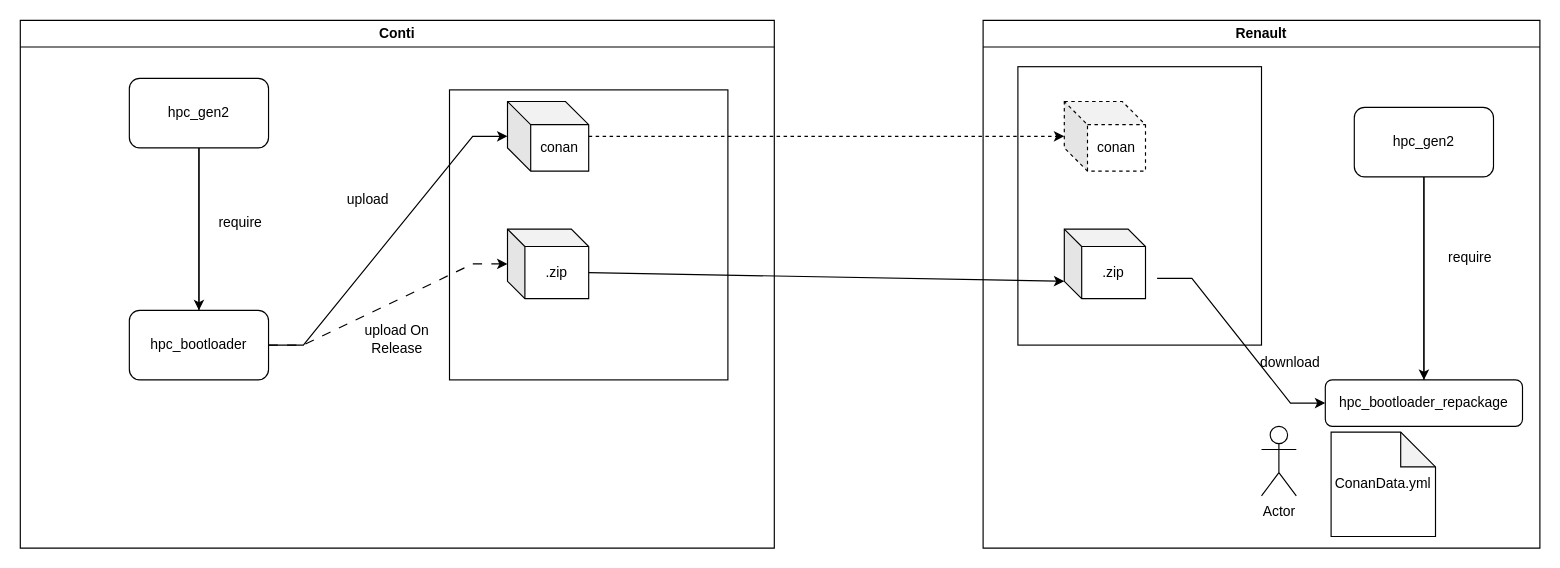
Above: Diagramme sans nom.drawio in salmen/conti (draw.io), before the change. Source tidied: cells renumbered, new cells numbered last; positions are measured from the earlier drawing's top-left corner, leaving out a move shared by most shapes. Both pictures are drawn from the tidied source at 116%, with x=0, y=0 at pixel (20, 20).
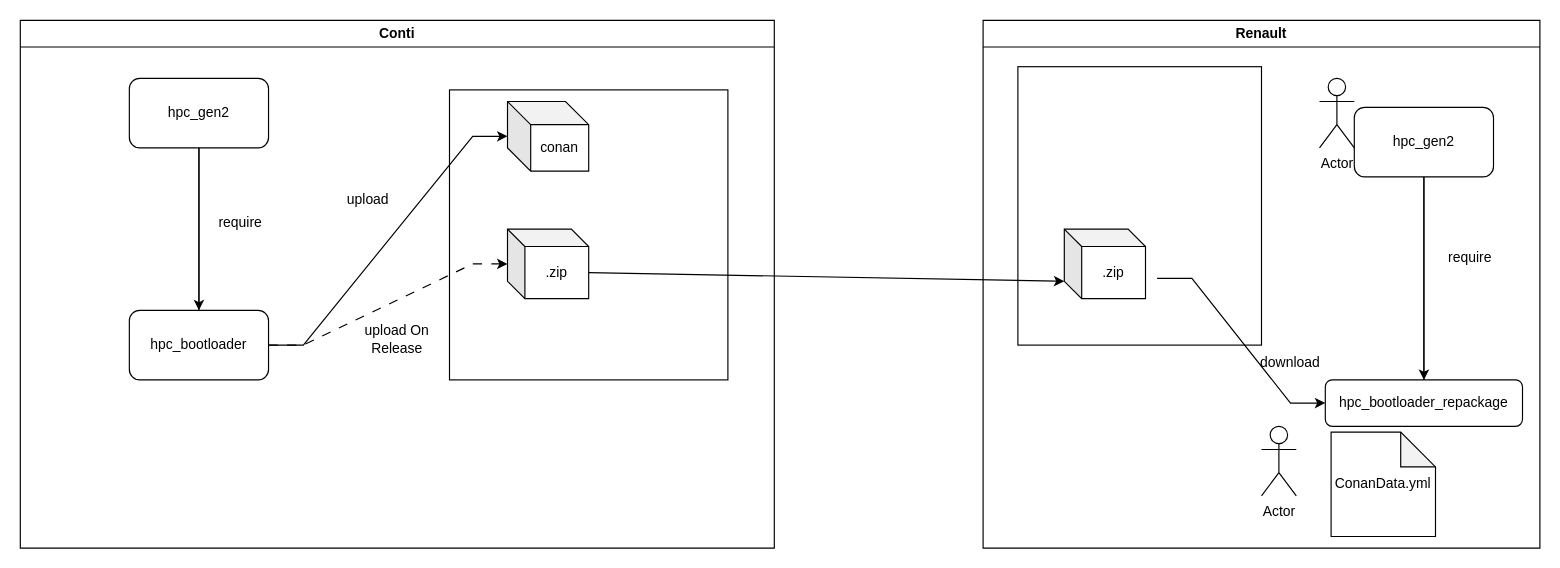
Above is the later version.

Unchanged cells that the change refers to:
```xml
<mxCell id="12" value="conan" style="shape=cube;whiteSpace=wrap;html=1;boundedLbl=1;backgroundOutline=1;darkOpacity=0.05;darkOpacity2=0.1;" parent="2" vertex="1">
  <mxGeometry x="420" y="70" width="70" height="60" as="geometry" />
</mxCell>
<mxCell id="15" value="Renault" style="swimlane;whiteSpace=wrap;html=1;" parent="1" vertex="1">
  <mxGeometry x="830" width="480" height="455" as="geometry" />
</mxCell>
```

Diff of the diagram source:
```diff
@@
-    <mxCell id="27" value="conan" style="shape=cube;whiteSpace=wrap;html=1;boundedLbl=1;backgroundOutline=1;darkOpacity=0.05;darkOpacity2=0.1;dashed=1;" parent="15" vertex="1">
-      <mxGeometry x="70" y="70" width="70" height="60" as="geometry" />
-    </mxCell>
+    <mxCell id="30" value="Actor" style="shape=umlActor;verticalLabelPosition=bottom;verticalAlign=top;html=1;" parent="15" vertex="1">
+      <mxGeometry x="290" y="50" width="30" height="60" as="geometry" />
+    </mxCell>
@@
-    <mxCell id="29" style="edgeStyle=orthogonalEdgeStyle;rounded=0;jettySize=auto;html=1;dashed=1;" parent="1" edge="1" source="12" target="27">
-      <mxGeometry relative="1" as="geometry" />
-    </mxCell>
```
